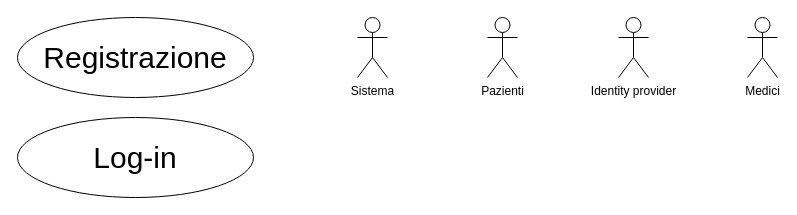
Above: page "caseUse" (1 of 5) of DiagrammiMedSync.drawio in frncscrlnd/MedSync-Sistema-di-Gestione-Appuntamenti-e-Documentazione-Medica (draw.io), before the change. Source tidied: cells renumbered, new cells numbered last; positions are measured from the earlier drawing's top-left corner, leaving out a move shared by most shapes. Both pictures are drawn from the tidied source at 100%, with x=0, y=0 at pixel (17, 17).
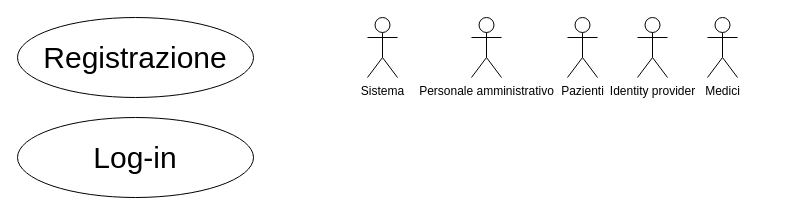
Above is the later version.

Change to the diagram source:
```diff
@@
 <mxGraphModel>
   <root>
     <mxCell id="0" />
     <mxCell id="1" parent="0" />
     <mxCell id="2" value="Pazienti" style="shape=umlActor;verticalLabelPosition=bottom;verticalAlign=top;html=1;" parent="1" vertex="1">
-      <mxGeometry x="470" width="30" height="60" as="geometry" />
+      <mxGeometry x="550" width="30" height="60" as="geometry" />
     </mxCell>
     <mxCell id="3" value="Medici" style="shape=umlActor;verticalLabelPosition=bottom;verticalAlign=top;html=1;" parent="1" vertex="1">
-      <mxGeometry x="730" width="30" height="60" as="geometry" />
+      <mxGeometry x="690" width="30" height="60" as="geometry" />
     </mxCell>
     <mxCell id="4" value="Identity provider" style="shape=umlActor;verticalLabelPosition=bottom;verticalAlign=top;html=1;" parent="1" vertex="1">
-      <mxGeometry x="601" width="30" height="60" as="geometry" />
+      <mxGeometry x="620" width="30" height="60" as="geometry" />
     </mxCell>
     <mxCell id="5" value="&lt;font style=&quot;font-size: 30px;&quot;&gt;Registrazione&lt;/font&gt;" style="ellipse;whiteSpace=wrap;html=1;" parent="1" vertex="1">
       <mxGeometry width="236" height="80" as="geometry" />
     </mxCell>
     <mxCell id="6" value="&lt;font style=&quot;font-size: 30px;&quot;&gt;Log-in&lt;/font&gt;" style="ellipse;whiteSpace=wrap;html=1;" parent="1" vertex="1">
       <mxGeometry y="100" width="236" height="80" as="geometry" />
     </mxCell>
     <mxCell id="7" value="Sistema" style="shape=umlActor;verticalLabelPosition=bottom;verticalAlign=top;html=1;" parent="1" vertex="1">
-      <mxGeometry x="340" width="30" height="60" as="geometry" />
+      <mxGeometry x="350" width="30" height="60" as="geometry" />
     </mxCell>
+    <mxCell id="8" value="Personale amministrativo" style="shape=umlActor;verticalLabelPosition=bottom;verticalAlign=top;html=1;" parent="1" vertex="1">
+      <mxGeometry x="454" width="30" height="60" as="geometry" />
+    </mxCell>
   </root>
 </mxGraphModel>
```
